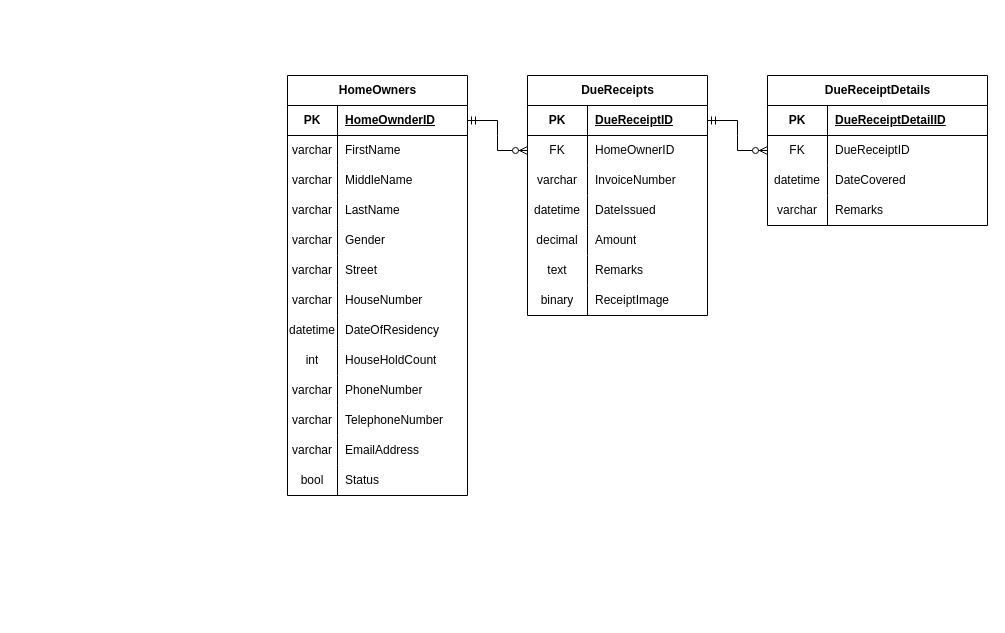
Before: ERD/Favihomas ERD.drawio in tatercodes/Favihomas, a draw.io diagram. Source tidied: cells renumbered, new cells numbered last; positions are measured from the earlier drawing's top-left corner, leaving out a move shared by most shapes. Both pictures are drawn from the tidied source at 100%, with x=0, y=0 at pixel (287, 75).
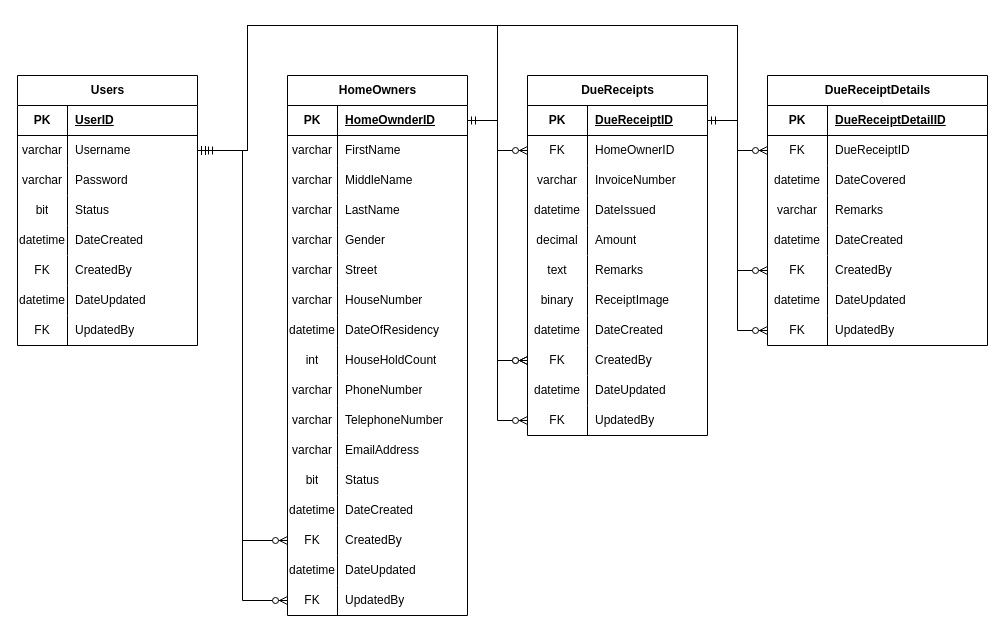
The same diagram, later.

Unchanged cells that the change refers to:
```xml
<mxCell id="39" style="shape=tableRow;horizontal=0;startSize=0;swimlaneHead=0;swimlaneBody=0;fillColor=none;top=0;left=0;right=0;bottom=0;" parent="2" vertex="1">
  <mxGeometry y="390" width="180" height="30" as="geometry" />
</mxCell>
```

The edit, as a diff of the source:
```diff
@@
     <mxCell id="2" value="HomeOwners" style="shape=table;startSize=30;childLayout=tableLayout;rowLines=0;fontStyle=1;align=center;html=1;" parent="1" vertex="1">
-      <mxGeometry width="180" height="420" as="geometry" />
+      <mxGeometry width="180" height="540" as="geometry" />
     </mxCell>
@@
-    <mxCell id="40" value="bool" style="shape=partialRectangle;fillColor=none;top=0;left=0;bottom=0;right=0;overflow=hidden;whiteSpace=wrap;html=1;" parent="39" vertex="1">
+    <mxCell id="40" value="bit" style="shape=partialRectangle;fillColor=none;top=0;left=0;bottom=0;right=0;overflow=hidden;whiteSpace=wrap;html=1;" parent="39" vertex="1">
       <mxGeometry width="50" height="30" as="geometry" />
     </mxCell>
@@
+    <mxCell id="79" style="shape=tableRow;horizontal=0;startSize=0;swimlaneHead=0;swimlaneBody=0;fillColor=none;top=0;left=0;right=0;bottom=0;" parent="2" vertex="1">
+      <mxGeometry y="420" width="180" height="30" as="geometry" />
+    </mxCell>
+    <mxCell id="80" value="datetime" style="shape=partialRectangle;fillColor=none;top=0;left=0;bottom=0;right=0;overflow=hidden;whiteSpace=wrap;html=1;" parent="79" vertex="1">
+      <mxGeometry width="50" height="30" as="geometry" />
+    </mxCell>
+    <mxCell id="81" value="DateCreated" style="shape=partialRectangle;fillColor=none;top=0;left=0;bottom=0;right=0;align=left;spacingLeft=6;overflow=hidden;whiteSpace=wrap;html=1;" parent="79" vertex="1">
+      <mxGeometry x="50" width="130" height="30" as="geometry" />
+    </mxCell>
+    <mxCell id="82" style="shape=tableRow;horizontal=0;startSize=0;swimlaneHead=0;swimlaneBody=0;fillColor=none;points=[[0,0.5],[1,0.5]];portConstraint=eastwest;top=0;left=0;right=0;bottom=0;" parent="2" vertex="1">
+      <mxGeometry y="450" width="180" height="30" as="geometry" />
+    </mxCell>
+    <mxCell id="83" value="FK" style="shape=partialRectangle;fillColor=none;top=0;left=0;bottom=0;right=0;overflow=hidden;whiteSpace=wrap;html=1;" parent="82" vertex="1">
+      <mxGeometry width="50" height="30" as="geometry" />
+    </mxCell>
+    <mxCell id="84" value="CreatedBy" style="shape=partialRectangle;fillColor=none;top=0;left=0;bottom=0;right=0;align=left;spacingLeft=6;overflow=hidden;whiteSpace=wrap;html=1;" parent="82" vertex="1">
+      <mxGeometry x="50" width="130" height="30" as="geometry" />
+    </mxCell>
+    <mxCell id="85" style="shape=tableRow;horizontal=0;startSize=0;swimlaneHead=0;swimlaneBody=0;fillColor=none;top=0;left=0;right=0;bottom=0;" parent="2" vertex="1">
+      <mxGeometry y="480" width="180" height="30" as="geometry" />
+    </mxCell>
+    <mxCell id="86" value="datetime" style="shape=partialRectangle;fillColor=none;top=0;left=0;bottom=0;right=0;overflow=hidden;whiteSpace=wrap;html=1;" parent="85" vertex="1">
+      <mxGeometry width="50" height="30" as="geometry" />
+    </mxCell>
+    <mxCell id="87" value="DateUpdated" style="shape=partialRectangle;fillColor=none;top=0;left=0;bottom=0;right=0;align=left;spacingLeft=6;overflow=hidden;whiteSpace=wrap;html=1;" parent="85" vertex="1">
+      <mxGeometry x="50" width="130" height="30" as="geometry" />
+    </mxCell>
+    <mxCell id="88" style="shape=tableRow;horizontal=0;startSize=0;swimlaneHead=0;swimlaneBody=0;fillColor=none;points=[[0,0.5],[1,0.5]];portConstraint=eastwest;top=0;left=0;right=0;bottom=0;" parent="2" vertex="1">
+      <mxGeometry y="510" width="180" height="30" as="geometry" />
+    </mxCell>
+    <mxCell id="89" value="FK" style="shape=partialRectangle;fillColor=none;top=0;left=0;bottom=0;right=0;overflow=hidden;whiteSpace=wrap;html=1;" parent="88" vertex="1">
+      <mxGeometry width="50" height="30" as="geometry" />
+    </mxCell>
+    <mxCell id="90" value="UpdatedBy" style="shape=partialRectangle;fillColor=none;top=0;left=0;bottom=0;right=0;align=left;spacingLeft=6;overflow=hidden;whiteSpace=wrap;html=1;" parent="88" vertex="1">
+      <mxGeometry x="50" width="130" height="30" as="geometry" />
+    </mxCell>
     <mxCell id="42" value="DueReceipts" style="shape=table;startSize=30;childLayout=tableLayout;rowLines=0;fontStyle=1;align=center;html=1;" parent="1" vertex="1">
-      <mxGeometry x="240" width="180" height="240" as="geometry" />
+      <mxGeometry x="240" width="180" height="360" as="geometry" />
     </mxCell>
@@
+    <mxCell id="91" style="shape=tableRow;horizontal=0;startSize=0;swimlaneHead=0;swimlaneBody=0;fillColor=none;top=0;left=0;right=0;bottom=0;" parent="42" vertex="1">
+      <mxGeometry y="240" width="180" height="30" as="geometry" />
+    </mxCell>
+    <mxCell id="92" value="datetime" style="shape=partialRectangle;fillColor=none;top=0;left=0;bottom=0;right=0;overflow=hidden;whiteSpace=wrap;html=1;" parent="91" vertex="1">
+      <mxGeometry width="60" height="30" as="geometry" />
+    </mxCell>
+    <mxCell id="93" value="DateCreated" style="shape=partialRectangle;fillColor=none;top=0;left=0;bottom=0;right=0;align=left;spacingLeft=6;overflow=hidden;whiteSpace=wrap;html=1;" parent="91" vertex="1">
+      <mxGeometry x="60" width="120" height="30" as="geometry" />
+    </mxCell>
+    <mxCell id="94" style="shape=tableRow;horizontal=0;startSize=0;swimlaneHead=0;swimlaneBody=0;fillColor=none;points=[[0,0.5],[1,0.5]];portConstraint=eastwest;top=0;left=0;right=0;bottom=0;" parent="42" vertex="1">
+      <mxGeometry y="270" width="180" height="30" as="geometry" />
+    </mxCell>
+    <mxCell id="95" value="FK" style="shape=partialRectangle;fillColor=none;top=0;left=0;bottom=0;right=0;overflow=hidden;whiteSpace=wrap;html=1;" parent="94" vertex="1">
+      <mxGeometry width="60" height="30" as="geometry" />
+    </mxCell>
+    <mxCell id="96" value="CreatedBy" style="shape=partialRectangle;fillColor=none;top=0;left=0;bottom=0;right=0;align=left;spacingLeft=6;overflow=hidden;whiteSpace=wrap;html=1;" parent="94" vertex="1">
+      <mxGeometry x="60" width="120" height="30" as="geometry" />
+    </mxCell>
+    <mxCell id="97" style="shape=tableRow;horizontal=0;startSize=0;swimlaneHead=0;swimlaneBody=0;fillColor=none;top=0;left=0;right=0;bottom=0;" parent="42" vertex="1">
+      <mxGeometry y="300" width="180" height="30" as="geometry" />
+    </mxCell>
+    <mxCell id="98" value="datetime" style="shape=partialRectangle;fillColor=none;top=0;left=0;bottom=0;right=0;overflow=hidden;whiteSpace=wrap;html=1;" parent="97" vertex="1">
+      <mxGeometry width="60" height="30" as="geometry" />
+    </mxCell>
+    <mxCell id="99" value="DateUpdated" style="shape=partialRectangle;fillColor=none;top=0;left=0;bottom=0;right=0;align=left;spacingLeft=6;overflow=hidden;whiteSpace=wrap;html=1;" parent="97" vertex="1">
+      <mxGeometry x="60" width="120" height="30" as="geometry" />
+    </mxCell>
+    <mxCell id="100" style="shape=tableRow;horizontal=0;startSize=0;swimlaneHead=0;swimlaneBody=0;fillColor=none;points=[[0,0.5],[1,0.5]];portConstraint=eastwest;top=0;left=0;right=0;bottom=0;" parent="42" vertex="1">
+      <mxGeometry y="330" width="180" height="30" as="geometry" />
+    </mxCell>
+    <mxCell id="101" value="FK" style="shape=partialRectangle;fillColor=none;top=0;left=0;bottom=0;right=0;overflow=hidden;whiteSpace=wrap;html=1;" parent="100" vertex="1">
+      <mxGeometry width="60" height="30" as="geometry" />
+    </mxCell>
+    <mxCell id="102" value="UpdatedBy" style="shape=partialRectangle;fillColor=none;top=0;left=0;bottom=0;right=0;align=left;spacingLeft=6;overflow=hidden;whiteSpace=wrap;html=1;" parent="100" vertex="1">
+      <mxGeometry x="60" width="120" height="30" as="geometry" />
+    </mxCell>
     <mxCell id="64" value="DueReceiptDetails" style="shape=table;startSize=30;childLayout=tableLayout;rowLines=0;fontStyle=1;align=center;html=1;" parent="1" vertex="1">
-      <mxGeometry x="480" width="220" height="150" as="geometry" />
+      <mxGeometry x="480" width="220" height="270" as="geometry" />
     </mxCell>
@@
+    <mxCell id="103" style="shape=tableRow;horizontal=0;startSize=0;swimlaneHead=0;swimlaneBody=0;fillColor=none;top=0;left=0;right=0;bottom=0;" parent="64" vertex="1">
+      <mxGeometry y="150" width="220" height="30" as="geometry" />
+    </mxCell>
+    <mxCell id="104" value="datetime" style="shape=partialRectangle;fillColor=none;top=0;left=0;bottom=0;right=0;overflow=hidden;whiteSpace=wrap;html=1;" parent="103" vertex="1">
+      <mxGeometry width="60" height="30" as="geometry" />
+    </mxCell>
+    <mxCell id="105" value="DateCreated" style="shape=partialRectangle;fillColor=none;top=0;left=0;bottom=0;right=0;align=left;spacingLeft=6;overflow=hidden;whiteSpace=wrap;html=1;" parent="103" vertex="1">
+      <mxGeometry x="60" width="160" height="30" as="geometry" />
+    </mxCell>
+    <mxCell id="106" style="shape=tableRow;horizontal=0;startSize=0;swimlaneHead=0;swimlaneBody=0;fillColor=none;points=[[0,0.5],[1,0.5]];portConstraint=eastwest;top=0;left=0;right=0;bottom=0;" parent="64" vertex="1">
+      <mxGeometry y="180" width="220" height="30" as="geometry" />
+    </mxCell>
+    <mxCell id="107" value="FK" style="shape=partialRectangle;fillColor=none;top=0;left=0;bottom=0;right=0;overflow=hidden;whiteSpace=wrap;html=1;" parent="106" vertex="1">
+      <mxGeometry width="60" height="30" as="geometry" />
+    </mxCell>
+    <mxCell id="108" value="CreatedBy" style="shape=partialRectangle;fillColor=none;top=0;left=0;bottom=0;right=0;align=left;spacingLeft=6;overflow=hidden;whiteSpace=wrap;html=1;" parent="106" vertex="1">
+      <mxGeometry x="60" width="160" height="30" as="geometry" />
+    </mxCell>
+    <mxCell id="109" style="shape=tableRow;horizontal=0;startSize=0;swimlaneHead=0;swimlaneBody=0;fillColor=none;top=0;left=0;right=0;bottom=0;" parent="64" vertex="1">
+      <mxGeometry y="210" width="220" height="30" as="geometry" />
+    </mxCell>
+    <mxCell id="110" value="datetime" style="shape=partialRectangle;fillColor=none;top=0;left=0;bottom=0;right=0;overflow=hidden;whiteSpace=wrap;html=1;" parent="109" vertex="1">
+      <mxGeometry width="60" height="30" as="geometry" />
+    </mxCell>
+    <mxCell id="111" value="DateUpdated" style="shape=partialRectangle;fillColor=none;top=0;left=0;bottom=0;right=0;align=left;spacingLeft=6;overflow=hidden;whiteSpace=wrap;html=1;" parent="109" vertex="1">
+      <mxGeometry x="60" width="160" height="30" as="geometry" />
+    </mxCell>
+    <mxCell id="112" style="shape=tableRow;horizontal=0;startSize=0;swimlaneHead=0;swimlaneBody=0;fillColor=none;points=[[0,0.5],[1,0.5]];portConstraint=eastwest;top=0;left=0;right=0;bottom=0;" parent="64" vertex="1">
+      <mxGeometry y="240" width="220" height="30" as="geometry" />
+    </mxCell>
+    <mxCell id="113" value="FK" style="shape=partialRectangle;fillColor=none;top=0;left=0;bottom=0;right=0;overflow=hidden;whiteSpace=wrap;html=1;" parent="112" vertex="1">
+      <mxGeometry width="60" height="30" as="geometry" />
+    </mxCell>
+    <mxCell id="114" value="UpdatedBy" style="shape=partialRectangle;fillColor=none;top=0;left=0;bottom=0;right=0;align=left;spacingLeft=6;overflow=hidden;whiteSpace=wrap;html=1;" parent="112" vertex="1">
+      <mxGeometry x="60" width="160" height="30" as="geometry" />
+    </mxCell>
@@
+    <mxCell id="115" value="Users" style="shape=table;startSize=30;childLayout=tableLayout;rowLines=0;fontStyle=1;align=center;html=1;" parent="1" vertex="1">
+      <mxGeometry x="-270" width="180" height="270" as="geometry" />
+    </mxCell>
+    <mxCell id="116" style="shape=tableRow;horizontal=0;startSize=0;swimlaneHead=0;swimlaneBody=0;fillColor=none;top=0;left=0;right=0;bottom=1;" parent="115" vertex="1">
+      <mxGeometry y="30" width="180" height="30" as="geometry" />
+    </mxCell>
+    <mxCell id="117" value="PK" style="shape=partialRectangle;fillColor=none;top=0;left=0;bottom=0;right=0;fontStyle=1;overflow=hidden;whiteSpace=wrap;html=1;" parent="116" vertex="1">
+      <mxGeometry width="50" height="30" as="geometry" />
+    </mxCell>
+    <mxCell id="118" value="UserID" style="shape=partialRectangle;fillColor=none;top=0;left=0;bottom=0;right=0;align=left;spacingLeft=6;fontStyle=5;overflow=hidden;whiteSpace=wrap;html=1;" parent="116" vertex="1">
+      <mxGeometry x="50" width="130" height="30" as="geometry" />
+    </mxCell>
+    <mxCell id="119" style="shape=tableRow;horizontal=0;startSize=0;swimlaneHead=0;swimlaneBody=0;fillColor=none;points=[[0,0.5],[1,0.5]];portConstraint=eastwest;top=0;left=0;right=0;bottom=0;" parent="115" vertex="1">
+      <mxGeometry y="60" width="180" height="30" as="geometry" />
+    </mxCell>
+    <mxCell id="120" value="varchar" style="shape=partialRectangle;fillColor=none;top=0;left=0;bottom=0;right=0;overflow=hidden;whiteSpace=wrap;html=1;" parent="119" vertex="1">
+      <mxGeometry width="50" height="30" as="geometry" />
+    </mxCell>
+    <mxCell id="121" value="Username" style="shape=partialRectangle;fillColor=none;top=0;left=0;bottom=0;right=0;align=left;spacingLeft=6;overflow=hidden;whiteSpace=wrap;html=1;" parent="119" vertex="1">
+      <mxGeometry x="50" width="130" height="30" as="geometry" />
+    </mxCell>
+    <mxCell id="122" style="shape=tableRow;horizontal=0;startSize=0;swimlaneHead=0;swimlaneBody=0;fillColor=none;top=0;left=0;right=0;bottom=0;" parent="115" vertex="1">
+      <mxGeometry y="90" width="180" height="30" as="geometry" />
+    </mxCell>
+    <mxCell id="123" value="varchar" style="shape=partialRectangle;fillColor=none;top=0;left=0;bottom=0;right=0;overflow=hidden;whiteSpace=wrap;html=1;" parent="122" vertex="1">
+      <mxGeometry width="50" height="30" as="geometry" />
+    </mxCell>
+    <mxCell id="124" value="Password" style="shape=partialRectangle;fillColor=none;top=0;left=0;bottom=0;right=0;align=left;spacingLeft=6;overflow=hidden;whiteSpace=wrap;html=1;" parent="122" vertex="1">
+      <mxGeometry x="50" width="130" height="30" as="geometry" />
+    </mxCell>
+    <mxCell id="125" style="shape=tableRow;horizontal=0;startSize=0;swimlaneHead=0;swimlaneBody=0;fillColor=none;top=0;left=0;right=0;bottom=0;" parent="115" vertex="1">
+      <mxGeometry y="120" width="180" height="30" as="geometry" />
+    </mxCell>
+    <mxCell id="126" value="bit" style="shape=partialRectangle;fillColor=none;top=0;left=0;bottom=0;right=0;overflow=hidden;whiteSpace=wrap;html=1;" parent="125" vertex="1">
+      <mxGeometry width="50" height="30" as="geometry" />
+    </mxCell>
+    <mxCell id="127" value="Status" style="shape=partialRectangle;fillColor=none;top=0;left=0;bottom=0;right=0;align=left;spacingLeft=6;overflow=hidden;whiteSpace=wrap;html=1;" parent="125" vertex="1">
+      <mxGeometry x="50" width="130" height="30" as="geometry" />
+    </mxCell>
+    <mxCell id="128" style="shape=tableRow;horizontal=0;startSize=0;swimlaneHead=0;swimlaneBody=0;fillColor=none;top=0;left=0;right=0;bottom=0;" parent="115" vertex="1">
+      <mxGeometry y="150" width="180" height="30" as="geometry" />
+    </mxCell>
+    <mxCell id="129" value="datetime" style="shape=partialRectangle;fillColor=none;top=0;left=0;bottom=0;right=0;overflow=hidden;whiteSpace=wrap;html=1;" parent="128" vertex="1">
+      <mxGeometry width="50" height="30" as="geometry" />
+    </mxCell>
+    <mxCell id="130" value="DateCreated" style="shape=partialRectangle;fillColor=none;top=0;left=0;bottom=0;right=0;align=left;spacingLeft=6;overflow=hidden;whiteSpace=wrap;html=1;" parent="128" vertex="1">
+      <mxGeometry x="50" width="130" height="30" as="geometry" />
+    </mxCell>
+    <mxCell id="131" style="shape=tableRow;horizontal=0;startSize=0;swimlaneHead=0;swimlaneBody=0;fillColor=none;top=0;left=0;right=0;bottom=0;" parent="115" vertex="1">
+      <mxGeometry y="180" width="180" height="30" as="geometry" />
+    </mxCell>
+    <mxCell id="132" value="FK" style="shape=partialRectangle;fillColor=none;top=0;left=0;bottom=0;right=0;overflow=hidden;whiteSpace=wrap;html=1;" parent="131" vertex="1">
+      <mxGeometry width="50" height="30" as="geometry" />
+    </mxCell>
+    <mxCell id="133" value="CreatedBy" style="shape=partialRectangle;fillColor=none;top=0;left=0;bottom=0;right=0;align=left;spacingLeft=6;overflow=hidden;whiteSpace=wrap;html=1;" parent="131" vertex="1">
+      <mxGeometry x="50" width="130" height="30" as="geometry" />
+    </mxCell>
+    <mxCell id="134" style="shape=tableRow;horizontal=0;startSize=0;swimlaneHead=0;swimlaneBody=0;fillColor=none;top=0;left=0;right=0;bottom=0;" parent="115" vertex="1">
+      <mxGeometry y="210" width="180" height="30" as="geometry" />
+    </mxCell>
+    <mxCell id="135" value="datetime" style="shape=partialRectangle;fillColor=none;top=0;left=0;bottom=0;right=0;overflow=hidden;whiteSpace=wrap;html=1;" parent="134" vertex="1">
+      <mxGeometry width="50" height="30" as="geometry" />
+    </mxCell>
+    <mxCell id="136" value="DateUpdated" style="shape=partialRectangle;fillColor=none;top=0;left=0;bottom=0;right=0;align=left;spacingLeft=6;overflow=hidden;whiteSpace=wrap;html=1;" parent="134" vertex="1">
+      <mxGeometry x="50" width="130" height="30" as="geometry" />
+    </mxCell>
+    <mxCell id="137" style="shape=tableRow;horizontal=0;startSize=0;swimlaneHead=0;swimlaneBody=0;fillColor=none;top=0;left=0;right=0;bottom=0;" parent="115" vertex="1">
+      <mxGeometry y="240" width="180" height="30" as="geometry" />
+    </mxCell>
+    <mxCell id="138" value="FK" style="shape=partialRectangle;fillColor=none;top=0;left=0;bottom=0;right=0;overflow=hidden;whiteSpace=wrap;html=1;" parent="137" vertex="1">
+      <mxGeometry width="50" height="30" as="geometry" />
+    </mxCell>
+    <mxCell id="139" value="UpdatedBy" style="shape=partialRectangle;fillColor=none;top=0;left=0;bottom=0;right=0;align=left;spacingLeft=6;overflow=hidden;whiteSpace=wrap;html=1;" parent="137" vertex="1">
+      <mxGeometry x="50" width="130" height="30" as="geometry" />
+    </mxCell>
+    <mxCell id="140" style="edgeStyle=orthogonalEdgeStyle;fontSize=12;html=1;endArrow=ERzeroToMany;startArrow=ERmandOne;rounded=0;exitX=1;exitY=0.5;exitDx=0;exitDy=0;entryX=0;entryY=0.5;entryDx=0;entryDy=0;" parent="1" edge="1" source="119" target="82">
+      <mxGeometry relative="1" as="geometry" />
+    </mxCell>
+    <mxCell id="141" style="edgeStyle=orthogonalEdgeStyle;fontSize=12;html=1;endArrow=ERzeroToMany;startArrow=ERmandOne;rounded=0;exitX=1;exitY=0.5;exitDx=0;exitDy=0;entryX=0;entryY=0.5;entryDx=0;entryDy=0;" parent="1" edge="1" source="119" target="88">
+      <mxGeometry relative="1" as="geometry" />
+    </mxCell>
+    <mxCell id="142" style="edgeStyle=orthogonalEdgeStyle;fontSize=12;html=1;endArrow=ERzeroToMany;startArrow=ERmandOne;rounded=0;exitX=1;exitY=0.5;exitDx=0;exitDy=0;entryX=0;entryY=0.5;entryDx=0;entryDy=0;" parent="1" edge="1" source="119" target="94">
+      <mxGeometry relative="1" as="geometry">
+        <Array as="points">
+          <mxPoint x="-40" y="75" />
+          <mxPoint x="-40" y="-50" />
+          <mxPoint x="210" y="-50" />
+          <mxPoint x="210" y="285" />
+        </Array>
+      </mxGeometry>
+    </mxCell>
+    <mxCell id="143" style="edgeStyle=orthogonalEdgeStyle;fontSize=12;html=1;endArrow=ERzeroToMany;startArrow=ERmandOne;rounded=0;exitX=1;exitY=0.5;exitDx=0;exitDy=0;entryX=0;entryY=0.5;entryDx=0;entryDy=0;" parent="1" edge="1" source="119" target="94">
+      <mxGeometry relative="1" as="geometry">
+        <Array as="points">
+          <mxPoint x="-40" y="75" />
+          <mxPoint x="-40" y="-50" />
+          <mxPoint x="210" y="-50" />
+          <mxPoint x="210" y="285" />
+        </Array>
+      </mxGeometry>
+    </mxCell>
+    <mxCell id="144" style="edgeStyle=orthogonalEdgeStyle;fontSize=12;html=1;endArrow=ERzeroToMany;startArrow=ERmandOne;rounded=0;exitX=1;exitY=0.5;exitDx=0;exitDy=0;entryX=0;entryY=0.5;entryDx=0;entryDy=0;" parent="1" edge="1" source="119" target="100">
+      <mxGeometry relative="1" as="geometry">
+        <Array as="points">
+          <mxPoint x="-40" y="75" />
+          <mxPoint x="-40" y="-50" />
+          <mxPoint x="210" y="-50" />
+          <mxPoint x="210" y="345" />
+        </Array>
+      </mxGeometry>
+    </mxCell>
+    <mxCell id="145" style="edgeStyle=orthogonalEdgeStyle;fontSize=12;html=1;endArrow=ERzeroToMany;startArrow=ERmandOne;rounded=0;entryX=0;entryY=0.5;entryDx=0;entryDy=0;" parent="1" edge="1" source="119" target="106">
+      <mxGeometry relative="1" as="geometry">
+        <Array as="points">
+          <mxPoint x="-40" y="75" />
+          <mxPoint x="-40" y="-50" />
+          <mxPoint x="450" y="-50" />
+          <mxPoint x="450" y="195" />
+        </Array>
+      </mxGeometry>
+    </mxCell>
+    <mxCell id="146" style="edgeStyle=orthogonalEdgeStyle;fontSize=12;html=1;endArrow=ERzeroToMany;startArrow=ERmandOne;rounded=0;entryX=0;entryY=0.5;entryDx=0;entryDy=0;exitX=1.039;exitY=0.5;exitDx=0;exitDy=0;exitPerimeter=0;" parent="1" edge="1" source="119" target="112">
+      <mxGeometry relative="1" as="geometry">
+        <Array as="points">
+          <mxPoint x="-40" y="75" />
+          <mxPoint x="-40" y="-50" />
+          <mxPoint x="450" y="-50" />
+          <mxPoint x="450" y="255" />
+        </Array>
+      </mxGeometry>
+    </mxCell>
```
